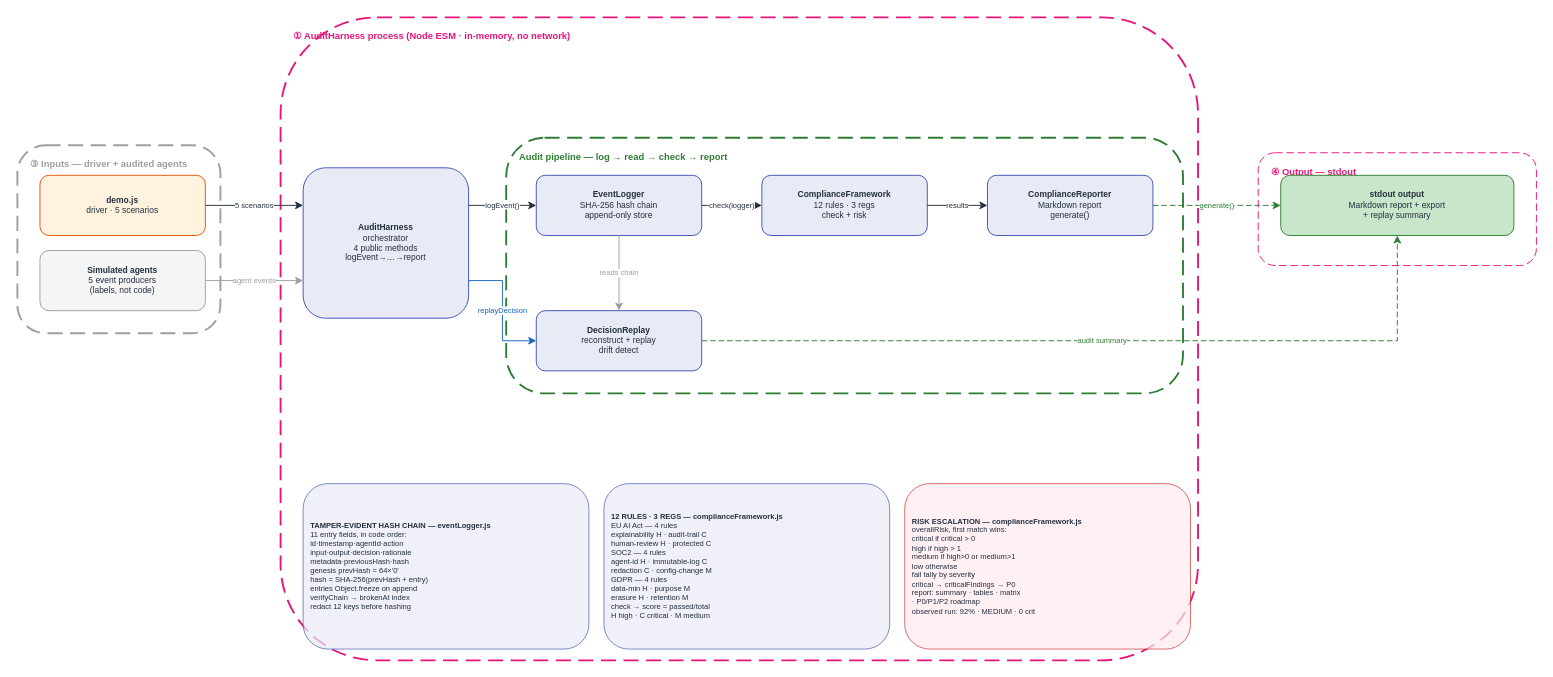
The draw.io diagram docs/diagrams/compliance_audit_v1/HOA_ComplianceAudit_v1.drawio in gmaheshraju/Hands-on-AgenticAI, before the edit. Source tidied: cells renumbered, new cells numbered last; positions are measured from the earlier drawing's top-left corner, leaving out a move shared by most shapes. Both pictures are drawn from the tidied source at 94%, with x=0, y=0 at pixel (17, 17).
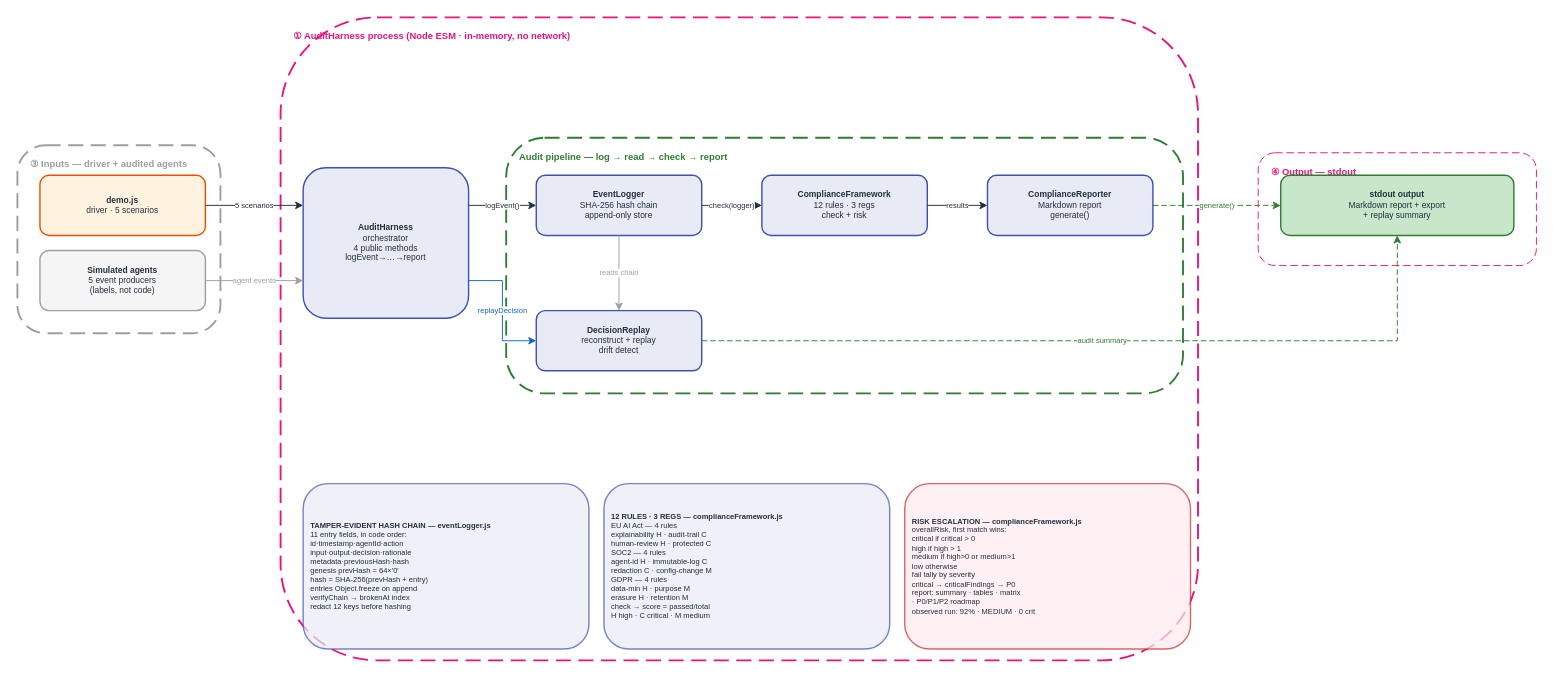
The same diagram, later.

Diff of the diagram source:
```diff
@@
-    <mxCell id="10" value="&lt;b&gt;demo.js&lt;/b&gt;&lt;br&gt;driver · 5 scenarios&lt;br&gt;" style="rounded=1;fillColor=#FFF3E0;strokeColor=#E65100;fontSize=9;fontColor=#232F3E;html=1;whiteSpace=wrap;align=center;" parent="1" vertex="1">
+    <mxCell id="10" value="&lt;b&gt;demo.js&lt;/b&gt;&lt;br&gt;driver · 5 scenarios&lt;br&gt;" style="rounded=1;fillColor=#FFF3E0;strokeColor=#E65100;strokeWidth=1.5;fontSize=9;fontColor=#232F3E;html=1;whiteSpace=wrap;align=center;" parent="1" vertex="1">
       <mxGeometry x="24" y="168" width="176" height="64" as="geometry" />
     </mxCell>
-    <mxCell id="11" value="&lt;b&gt;Simulated agents&lt;/b&gt;&lt;br&gt;5 event producers&lt;br&gt;(labels, not code)" style="rounded=1;fillColor=#F5F5F5;strokeColor=#9E9E9E;fontSize=9;fontColor=#232F3E;html=1;whiteSpace=wrap;align=center;" parent="1" vertex="1">
+    <mxCell id="11" value="&lt;b&gt;Simulated agents&lt;/b&gt;&lt;br&gt;5 event producers&lt;br&gt;(labels, not code)" style="rounded=1;fillColor=#F5F5F5;strokeColor=#9E9E9E;strokeWidth=1.5;fontSize=9;fontColor=#232F3E;html=1;whiteSpace=wrap;align=center;" parent="1" vertex="1">
       <mxGeometry x="24" y="248" width="176" height="64" as="geometry" />
     </mxCell>
-    <mxCell id="12" value="&lt;b&gt;AuditHarness&lt;/b&gt;&lt;br&gt;orchestrator&lt;br&gt;4 public methods&lt;br&gt;logEvent→…→report" style="rounded=1;fillColor=#E8EAF6;strokeColor=#3F51B5;fontSize=9;fontColor=#232F3E;html=1;whiteSpace=wrap;align=center;" parent="1" vertex="1">
+    <mxCell id="12" value="&lt;b&gt;AuditHarness&lt;/b&gt;&lt;br&gt;orchestrator&lt;br&gt;4 public methods&lt;br&gt;logEvent→…→report" style="rounded=1;fillColor=#E8EAF6;strokeColor=#3F51B5;strokeWidth=1.5;fontSize=9;fontColor=#232F3E;html=1;whiteSpace=wrap;align=center;" parent="1" vertex="1">
       <mxGeometry x="304" y="160" width="176" height="160" as="geometry" />
     </mxCell>
-    <mxCell id="13" value="&lt;b&gt;EventLogger&lt;/b&gt;&lt;br&gt;SHA-256 hash chain&lt;br&gt;append-only store" style="rounded=1;fillColor=#E8EAF6;strokeColor=#3F51B5;fontSize=9;fontColor=#232F3E;html=1;whiteSpace=wrap;align=center;" parent="1" vertex="1">
+    <mxCell id="13" value="&lt;b&gt;EventLogger&lt;/b&gt;&lt;br&gt;SHA-256 hash chain&lt;br&gt;append-only store" style="rounded=1;fillColor=#E8EAF6;strokeColor=#3F51B5;strokeWidth=1.5;fontSize=9;fontColor=#232F3E;html=1;whiteSpace=wrap;align=center;" parent="1" vertex="1">
       <mxGeometry x="552" y="168" width="176" height="64" as="geometry" />
     </mxCell>
-    <mxCell id="14" value="&lt;b&gt;ComplianceFramework&lt;/b&gt;&lt;br&gt;12 rules · 3 regs&lt;br&gt;check + risk" style="rounded=1;fillColor=#E8EAF6;strokeColor=#3F51B5;fontSize=9;fontColor=#232F3E;html=1;whiteSpace=wrap;align=center;" parent="1" vertex="1">
+    <mxCell id="14" value="&lt;b&gt;ComplianceFramework&lt;/b&gt;&lt;br&gt;12 rules · 3 regs&lt;br&gt;check + risk" style="rounded=1;fillColor=#E8EAF6;strokeColor=#3F51B5;strokeWidth=1.5;fontSize=9;fontColor=#232F3E;html=1;whiteSpace=wrap;align=center;" parent="1" vertex="1">
       <mxGeometry x="792" y="168" width="176" height="64" as="geometry" />
     </mxCell>
-    <mxCell id="15" value="&lt;b&gt;ComplianceReporter&lt;/b&gt;&lt;br&gt;Markdown report&lt;br&gt;generate()" style="rounded=1;fillColor=#E8EAF6;strokeColor=#3F51B5;fontSize=9;fontColor=#232F3E;html=1;whiteSpace=wrap;align=center;" parent="1" vertex="1">
+    <mxCell id="15" value="&lt;b&gt;ComplianceReporter&lt;/b&gt;&lt;br&gt;Markdown report&lt;br&gt;generate()" style="rounded=1;fillColor=#E8EAF6;strokeColor=#3F51B5;strokeWidth=1.5;fontSize=9;fontColor=#232F3E;html=1;whiteSpace=wrap;align=center;" parent="1" vertex="1">
       <mxGeometry x="1032" y="168" width="176" height="64" as="geometry" />
     </mxCell>
-    <mxCell id="16" value="&lt;b&gt;DecisionReplay&lt;/b&gt;&lt;br&gt;reconstruct + replay&lt;br&gt;drift detect" style="rounded=1;fillColor=#E8EAF6;strokeColor=#3F51B5;fontSize=9;fontColor=#232F3E;html=1;whiteSpace=wrap;align=center;" parent="1" vertex="1">
+    <mxCell id="16" value="&lt;b&gt;DecisionReplay&lt;/b&gt;&lt;br&gt;reconstruct + replay&lt;br&gt;drift detect" style="rounded=1;fillColor=#E8EAF6;strokeColor=#3F51B5;strokeWidth=1.5;fontSize=9;fontColor=#232F3E;html=1;whiteSpace=wrap;align=center;" parent="1" vertex="1">
       <mxGeometry x="552" y="312" width="176" height="64" as="geometry" />
     </mxCell>
-    <mxCell id="17" value="&lt;b&gt;stdout output&lt;/b&gt;&lt;br&gt;Markdown report + export&lt;br&gt;+ replay summary" style="rounded=1;fillColor=#C8E6C9;strokeColor=#2E7D32;fontSize=9;fontColor=#232F3E;html=1;whiteSpace=wrap;align=center;" parent="1" vertex="1">
+    <mxCell id="17" value="&lt;b&gt;stdout output&lt;/b&gt;&lt;br&gt;Markdown report + export&lt;br&gt;+ replay summary" style="rounded=1;fillColor=#C8E6C9;strokeColor=#2E7D32;strokeWidth=1.5;fontSize=9;fontColor=#232F3E;html=1;whiteSpace=wrap;align=center;" parent="1" vertex="1">
       <mxGeometry x="1344" y="168" width="248" height="64" as="geometry" />
     </mxCell>
-    <mxCell id="18" value="&lt;b&gt;TAMPER-EVIDENT HASH CHAIN — eventLogger.js&lt;/b&gt;&lt;br&gt;11 entry fields, in code order:&lt;br&gt; id·timestamp·agentId·action&lt;br&gt; input·output·decision·rationale&lt;br&gt; metadata·previousHash·hash&lt;br&gt;genesis prevHash = 64×'0'&lt;br&gt;hash = SHA-256(prevHash + entry)&lt;br&gt;entries Object.freeze on append&lt;br&gt;verifyChain → brokenAt index&lt;br&gt;redact 12 keys before hashing" style="rounded=1;fillColor=#E8EAF6;strokeColor=#3F51B5;fontSize=8;fontColor=#232F3E;html=1;whiteSpace=wrap;align=left;spacingLeft=6;opacity=70;" parent="1" vertex="1">
+    <mxCell id="18" value="&lt;b&gt;TAMPER-EVIDENT HASH CHAIN — eventLogger.js&lt;/b&gt;&lt;br&gt;11 entry fields, in code order:&lt;br&gt; id·timestamp·agentId·action&lt;br&gt; input·output·decision·rationale&lt;br&gt; metadata·previousHash·hash&lt;br&gt;genesis prevHash = 64×'0'&lt;br&gt;hash = SHA-256(prevHash + entry)&lt;br&gt;entries Object.freeze on append&lt;br&gt;verifyChain → brokenAt index&lt;br&gt;redact 12 keys before hashing" style="rounded=1;fillColor=#E8EAF6;strokeColor=#3F51B5;strokeWidth=1.5;fontSize=8;fontColor=#232F3E;html=1;whiteSpace=wrap;align=left;spacingLeft=6;opacity=70;" parent="1" vertex="1">
       <mxGeometry x="304" y="496" width="304" height="176" as="geometry" />
     </mxCell>
-    <mxCell id="19" value="&lt;b&gt;12 RULES · 3 REGS — complianceFramework.js&lt;/b&gt;&lt;br&gt;EU AI Act — 4 rules&lt;br&gt; explainability H · audit-trail C&lt;br&gt; human-review H · protected C&lt;br&gt;SOC2 — 4 rules&lt;br&gt; agent-id H · immutable-log C&lt;br&gt; redaction C · config-change M&lt;br&gt;GDPR — 4 rules&lt;br&gt; data-min H · purpose M&lt;br&gt; erasure H · retention M&lt;br&gt;check → score = passed/total&lt;br&gt;H high · C critical · M medium" style="rounded=1;fillColor=#E8EAF6;strokeColor=#3F51B5;fontSize=8;fontColor=#232F3E;html=1;whiteSpace=wrap;align=left;spacingLeft=6;opacity=70;" parent="1" vertex="1">
+    <mxCell id="19" value="&lt;b&gt;12 RULES · 3 REGS — complianceFramework.js&lt;/b&gt;&lt;br&gt;EU AI Act — 4 rules&lt;br&gt; explainability H · audit-trail C&lt;br&gt; human-review H · protected C&lt;br&gt;SOC2 — 4 rules&lt;br&gt; agent-id H · immutable-log C&lt;br&gt; redaction C · config-change M&lt;br&gt;GDPR — 4 rules&lt;br&gt; data-min H · purpose M&lt;br&gt; erasure H · retention M&lt;br&gt;check → score = passed/total&lt;br&gt;H high · C critical · M medium" style="rounded=1;fillColor=#E8EAF6;strokeColor=#3F51B5;strokeWidth=1.5;fontSize=8;fontColor=#232F3E;html=1;whiteSpace=wrap;align=left;spacingLeft=6;opacity=70;" parent="1" vertex="1">
       <mxGeometry x="624" y="496" width="304" height="176" as="geometry" />
     </mxCell>
-    <mxCell id="20" value="&lt;b&gt;RISK ESCALATION — complianceFramework.js&lt;/b&gt;&lt;br&gt;overallRisk, first match wins:&lt;br&gt; critical if critical &amp;gt; 0&lt;br&gt; high if high &amp;gt; 1&lt;br&gt; medium if high&amp;gt;0 or medium&amp;gt;1&lt;br&gt; low otherwise&lt;br&gt;fail tally by severity&lt;br&gt;critical → criticalFindings → P0&lt;br&gt;report: summary · tables · matrix&lt;br&gt; · P0/P1/P2 roadmap&lt;br&gt;observed run: 92% · MEDIUM · 0 crit" style="rounded=1;fillColor=#FFEBEE;strokeColor=#C62828;fontSize=8;fontColor=#232F3E;html=1;whiteSpace=wrap;align=left;spacingLeft=6;opacity=70;" parent="1" vertex="1">
+    <mxCell id="20" value="&lt;b&gt;RISK ESCALATION — complianceFramework.js&lt;/b&gt;&lt;br&gt;overallRisk, first match wins:&lt;br&gt; critical if critical &amp;gt; 0&lt;br&gt; high if high &amp;gt; 1&lt;br&gt; medium if high&amp;gt;0 or medium&amp;gt;1&lt;br&gt; low otherwise&lt;br&gt;fail tally by severity&lt;br&gt;critical → criticalFindings → P0&lt;br&gt;report: summary · tables · matrix&lt;br&gt; · P0/P1/P2 roadmap&lt;br&gt;observed run: 92% · MEDIUM · 0 crit" style="rounded=1;fillColor=#FFEBEE;strokeColor=#C62828;strokeWidth=1.5;fontSize=8;fontColor=#232F3E;html=1;whiteSpace=wrap;align=left;spacingLeft=6;opacity=70;" parent="1" vertex="1">
       <mxGeometry x="944" y="496" width="304" height="176" as="geometry" />
     </mxCell>
```
